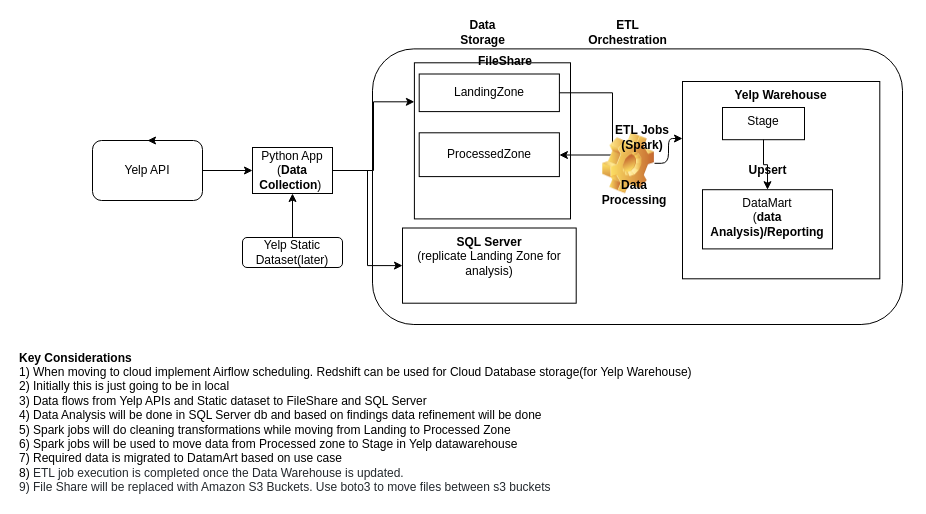
Before: Capstone/ArchDiagramYelp.drawio in samby5/dataengineering, a draw.io diagram. Source tidied: cells renumbered, new cells numbered last; positions are measured from the earlier drawing's top-left corner, leaving out a move shared by most shapes. Both pictures are drawn from the tidied source at 100%, with x=0, y=0 at pixel (17, 17).
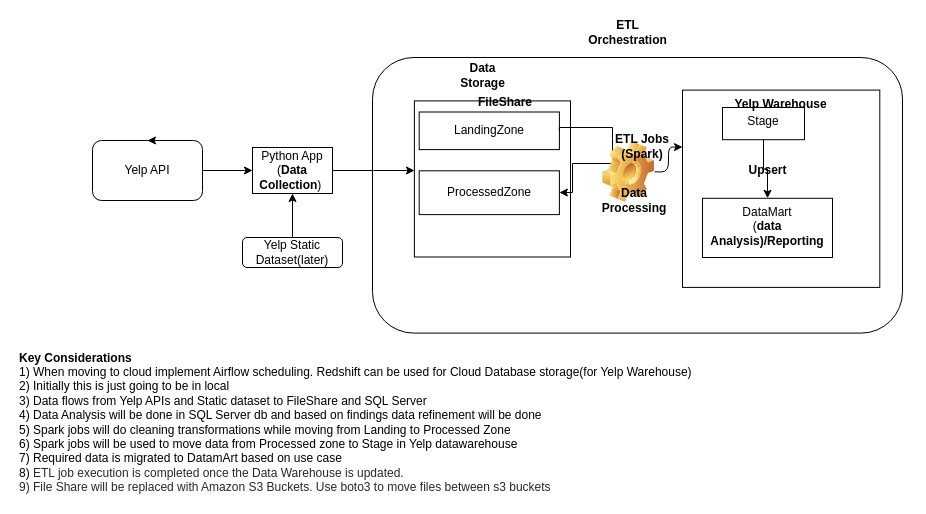
The same diagram, later.

Unchanged cells that the change refers to:
```xml
<mxCell id="6" value="Python App&lt;br&gt;(&lt;b&gt;Data Collection&lt;/b&gt;)&amp;nbsp;" style="rounded=0;whiteSpace=wrap;html=1;" parent="1" vertex="1">
  <mxGeometry x="235" y="130" width="80" height="46" as="geometry" />
</mxCell>
<mxCell id="8" style="group;" parent="1" vertex="1">
  <mxGeometry x="355" y="10" width="536.6" height="297" as="geometry" />
</mxCell>
```

Diff of the diagram source:
```diff
@@
     <mxCell id="9" style="group;" parent="8" vertex="1">
-      <mxGeometry y="21.4" width="536.6" height="275.6" as="geometry" />
+      <mxGeometry y="30" width="536.6" height="275.6" as="geometry" />
     </mxCell>
@@
     <mxCell id="11" value="LandingZone" style="rounded=0;whiteSpace=wrap;html=1;" parent="9" vertex="1">
-      <mxGeometry x="46.7" y="25.1" width="140.2" height="37.6" as="geometry" />
+      <mxGeometry x="46.7" y="54.5" width="140.2" height="37.6" as="geometry" />
     </mxCell>
     <mxCell id="12" style="edgeStyle=orthogonalEdgeStyle;rounded=0;jettySize=auto;html=1;exitX=1;exitY=0.5;exitDx=0;exitDy=0;" parent="9" edge="1" source="11" target="13">
       <mxGeometry relative="1" as="geometry">
         <Array as="points">
-          <mxPoint x="240" y="44" />
-          <mxPoint x="240" y="106.1" />
+          <mxPoint x="187" y="70" />
+          <mxPoint x="240" y="70" />
+          <mxPoint x="240" y="106" />
+          <mxPoint x="200" y="106" />
+          <mxPoint x="200" y="135" />
         </Array>
       </mxGeometry>
     </mxCell>
     <mxCell id="13" value="ProcessedZone" style="rounded=0;whiteSpace=wrap;html=1;" parent="9" vertex="1">
-      <mxGeometry x="46.7" y="83.9" width="140.2" height="43.8" as="geometry" />
+      <mxGeometry x="46.7" y="113.3" width="140.2" height="43.8" as="geometry" />
     </mxCell>
     <mxCell id="14" value="&lt;p&gt;&lt;br&gt;&lt;/p&gt;" style="whiteSpace=wrap;html=1;fillColor=none;align=left;verticalAlign=top;" parent="9" vertex="1">
-      <mxGeometry x="41.9" y="13.9" width="156.1" height="156.1" as="geometry" />
+      <mxGeometry x="41.9" y="43.4" width="156.1" height="156.1" as="geometry" />
     </mxCell>
     <mxCell id="15" value="&lt;b&gt;FileShare&lt;/b&gt;" style="text;html=1;strokeColor=none;fillColor=none;align=center;verticalAlign=middle;whiteSpace=wrap;rounded=0;" parent="9" vertex="1">
-      <mxGeometry x="93.5" width="77.9" height="25.1" as="geometry" />
+      <mxGeometry x="93.5" y="32.6" width="77.9" height="25.1" as="geometry" />
     </mxCell>
-    <mxCell id="16" value="&lt;b&gt;SQL Server&lt;/b&gt;&lt;br&gt;(replicate Landing Zone for analysis)" style="rounded=0;whiteSpace=wrap;html=1;fillColor=none;verticalAlign=top;" parent="9" vertex="1">
-      <mxGeometry x="30" y="179.1" width="173.7" height="75.2" as="geometry" />
-    </mxCell>
@@
+    <mxCell id="26" value="Data &lt;br&gt;Storage" style="text;html=1;align=center;verticalAlign=middle;strokeColor=none;fontStyle=1;" parent="9" vertex="1">
+      <mxGeometry x="80" y="2.6" width="60" height="30" as="geometry" />
+    </mxCell>
@@
-    <mxCell id="26" value="Data &lt;br&gt;Storage" style="text;html=1;align=center;verticalAlign=middle;strokeColor=none;fontStyle=1;" parent="8" vertex="1">
-      <mxGeometry x="80" y="-10" width="60" height="30" as="geometry" />
-    </mxCell>
-    <mxCell id="27" style="edgeStyle=orthogonalEdgeStyle;rounded=0;jettySize=auto;html=1;entryX=0;entryY=0.5;entryDx=0;entryDy=0;" parent="1" edge="1" source="6" target="16">
-      <mxGeometry relative="1" as="geometry" />
-    </mxCell>
-    <mxCell id="28" style="edgeStyle=orthogonalEdgeStyle;rounded=0;jettySize=auto;html=1;entryX=0;entryY=0.25;entryDx=0;entryDy=0;" parent="1" edge="1" source="6" target="14">
-      <mxGeometry relative="1" as="geometry" />
+    <mxCell id="28" style="edgeStyle=orthogonalEdgeStyle;rounded=0;jettySize=auto;html=1;" parent="1" edge="1" source="6">
+      <mxGeometry relative="1" as="geometry">
+        <mxPoint x="397" y="153" as="targetPoint" />
+      </mxGeometry>
     </mxCell>
```
